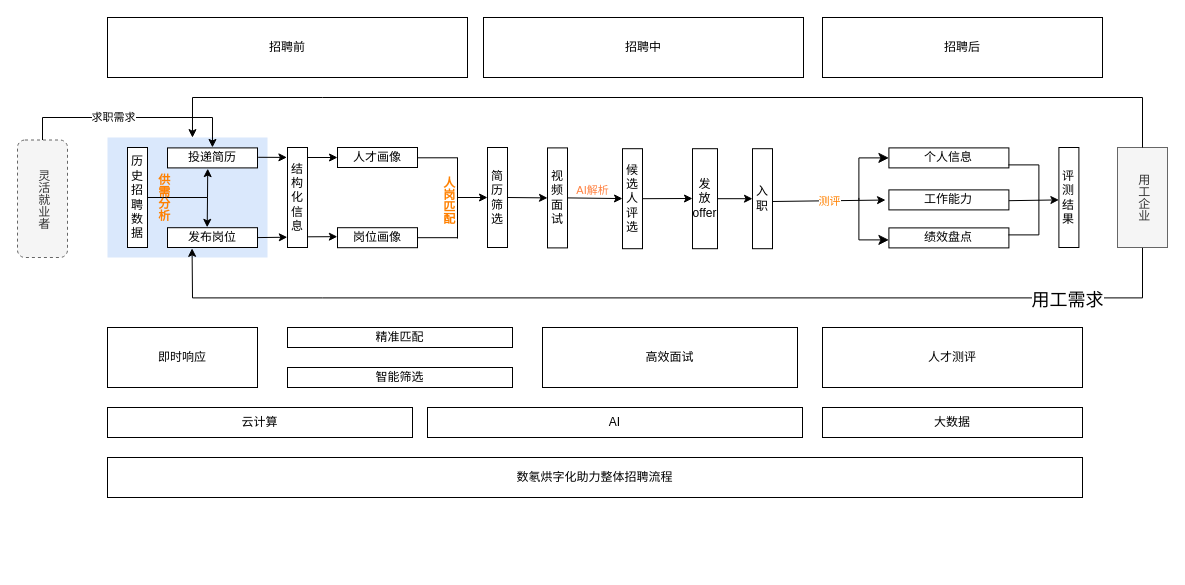
Above: ppt.drawio in JiashuaiXu/CircuitPy (draw.io), before the change. Source tidied: cells renumbered, new cells numbered last; positions are measured from the earlier drawing's top-left corner, leaving out a move shared by most shapes. Both pictures are drawn from the tidied source at 100%, with x=0, y=0 at pixel (17, 17).
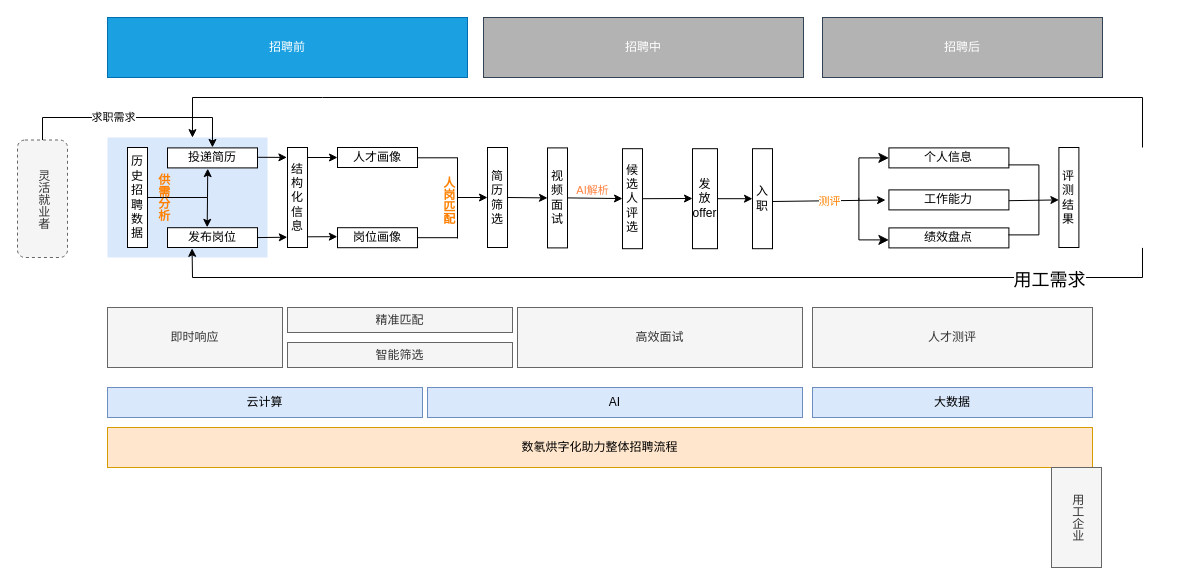
Above is the later version.

The change refers to these unchanged cells:
```xml
<mxCell id="17" value="发布岗位" style="rounded=0;whiteSpace=wrap;html=1;" parent="1" vertex="1">
  <mxGeometry x="150" y="210.2" width="90" height="19.8" as="geometry" />
</mxCell>
```

The edit, as a diff of the source:
```diff
@@
-    <mxCell id="3" value="招聘中" style="rounded=0;whiteSpace=wrap;html=1;" parent="1" vertex="1">
+    <mxCell id="3" value="招聘中" style="rounded=0;whiteSpace=wrap;html=1;fillColor=#B3B3B3;strokeColor=#314354;fontColor=#ffffff;" parent="1" vertex="1">
       <mxGeometry x="466" width="320" height="60" as="geometry" />
     </mxCell>
-    <mxCell id="4" value="招聘后" style="rounded=0;whiteSpace=wrap;html=1;" parent="1" vertex="1">
+    <mxCell id="4" value="招聘后" style="rounded=0;whiteSpace=wrap;html=1;fillColor=#B3B3B3;strokeColor=#314354;fontColor=#ffffff;" parent="1" vertex="1">
       <mxGeometry x="805" width="280" height="60" as="geometry" />
     </mxCell>
-    <mxCell id="5" value="云计算" style="rounded=0;whiteSpace=wrap;html=1;" parent="1" vertex="1">
-      <mxGeometry x="90" y="390" width="305" height="30" as="geometry" />
+    <mxCell id="5" value="云计算" style="rounded=0;whiteSpace=wrap;html=1;fillColor=#dae8fc;strokeColor=#6c8ebf;" parent="1" vertex="1">
+      <mxGeometry x="90" y="370" width="315" height="30" as="geometry" />
     </mxCell>
-    <mxCell id="6" value="AI" style="rounded=0;whiteSpace=wrap;html=1;" parent="1" vertex="1">
-      <mxGeometry x="410" y="390" width="375" height="30" as="geometry" />
+    <mxCell id="6" value="AI" style="rounded=0;whiteSpace=wrap;html=1;fillColor=#dae8fc;strokeColor=#6c8ebf;" parent="1" vertex="1">
+      <mxGeometry x="410" y="370" width="375" height="30" as="geometry" />
     </mxCell>
-    <mxCell id="7" value="大数据" style="rounded=0;whiteSpace=wrap;html=1;" parent="1" vertex="1">
-      <mxGeometry x="805" y="390" width="260" height="30" as="geometry" />
+    <mxCell id="7" value="大数据" style="rounded=0;whiteSpace=wrap;html=1;fillColor=#dae8fc;strokeColor=#6c8ebf;" parent="1" vertex="1">
+      <mxGeometry x="795" y="370" width="280" height="30" as="geometry" />
     </mxCell>
-    <mxCell id="8" value="数氡烘字化助力整体招聘流程" style="rounded=0;whiteSpace=wrap;html=1;" parent="1" vertex="1">
-      <mxGeometry x="90" y="440" width="975" height="40" as="geometry" />
+    <mxCell id="8" value="数氡烘字化助力整体招聘流程" style="rounded=0;whiteSpace=wrap;html=1;fillColor=#ffe6cc;strokeColor=#d79b00;" parent="1" vertex="1">
+      <mxGeometry x="90" y="410" width="985" height="40" as="geometry" />
     </mxCell>
-    <mxCell id="9" value="即时响应" style="rounded=0;whiteSpace=wrap;html=1;" parent="1" vertex="1">
-      <mxGeometry x="90" y="310" width="150" height="60" as="geometry" />
+    <mxCell id="9" value="即时响应" style="rounded=0;whiteSpace=wrap;html=1;fillColor=#f5f5f5;fontColor=#333333;strokeColor=#666666;" parent="1" vertex="1">
+      <mxGeometry x="90" y="290" width="175" height="60" as="geometry" />
     </mxCell>
-    <mxCell id="10" value="精准匹配" style="rounded=0;whiteSpace=wrap;html=1;" parent="1" vertex="1">
-      <mxGeometry x="270" y="310" width="225" height="20" as="geometry" />
+    <mxCell id="10" value="精准匹配" style="rounded=0;whiteSpace=wrap;html=1;fillColor=#f5f5f5;fontColor=#333333;strokeColor=#666666;" parent="1" vertex="1">
+      <mxGeometry x="270" y="290" width="225" height="25" as="geometry" />
     </mxCell>
-    <mxCell id="11" value="智能筛选" style="rounded=0;whiteSpace=wrap;html=1;" parent="1" vertex="1">
-      <mxGeometry x="270" y="350" width="225" height="20" as="geometry" />
+    <mxCell id="11" value="智能筛选" style="rounded=0;whiteSpace=wrap;html=1;fillColor=#f5f5f5;fontColor=#333333;strokeColor=#666666;" parent="1" vertex="1">
+      <mxGeometry x="270" y="325" width="225" height="25" as="geometry" />
     </mxCell>
-    <mxCell id="12" value="高效面试" style="rounded=0;whiteSpace=wrap;html=1;" parent="1" vertex="1">
-      <mxGeometry x="525" y="310" width="255" height="60" as="geometry" />
+    <mxCell id="12" value="高效面试" style="rounded=0;whiteSpace=wrap;html=1;fillColor=#f5f5f5;fontColor=#333333;strokeColor=#666666;" parent="1" vertex="1">
+      <mxGeometry x="500" y="290" width="285" height="60" as="geometry" />
     </mxCell>
-    <mxCell id="13" value="人才测评" style="rounded=0;whiteSpace=wrap;html=1;" parent="1" vertex="1">
-      <mxGeometry x="805" y="310" width="260" height="60" as="geometry" />
+    <mxCell id="13" value="人才测评" style="rounded=0;whiteSpace=wrap;html=1;fillColor=#f5f5f5;fontColor=#333333;strokeColor=#666666;" parent="1" vertex="1">
+      <mxGeometry x="795" y="290" width="280" height="60" as="geometry" />
     </mxCell>
@@
     <mxCell id="44" value="用工企业" style="rounded=0;whiteSpace=wrap;html=1;horizontal=1;textDirection=vertical-lr;fillColor=#f5f5f5;fontColor=#333333;strokeColor=#666666;" parent="1" vertex="1">
-      <mxGeometry x="1100" y="130" width="50" height="100" as="geometry" />
+      <mxGeometry x="1034" y="450" width="50" height="100" as="geometry" />
     </mxCell>
@@
     <mxCell id="56" style="endArrow=classic;html=1;rounded=0;entryX=0.273;entryY=1.042;entryDx=0;entryDy=0;entryPerimeter=0;" parent="1" edge="1" target="17">
       <mxGeometry relative="1" as="geometry">
         <mxPoint x="1125" y="230.4" as="sourcePoint" />
         <Array as="points">
-          <mxPoint x="1125" y="280.4" />
-          <mxPoint x="305" y="280.4" />
-          <mxPoint x="175" y="280.4" />
+          <mxPoint x="1125" y="260" />
+          <mxPoint x="175" y="260" />
         </Array>
       </mxGeometry>
     </mxCell>
@@
-    <mxCell id="59" value="招聘前" style="rounded=0;whiteSpace=wrap;html=1;" parent="1" vertex="1">
+    <mxCell id="59" value="招聘前" style="rounded=0;whiteSpace=wrap;html=1;fillColor=#1ba1e2;strokeColor=#006EAF;fontColor=#ffffff;" parent="1" vertex="1">
       <mxGeometry x="90" width="360" height="60" as="geometry" />
     </mxCell>
```
